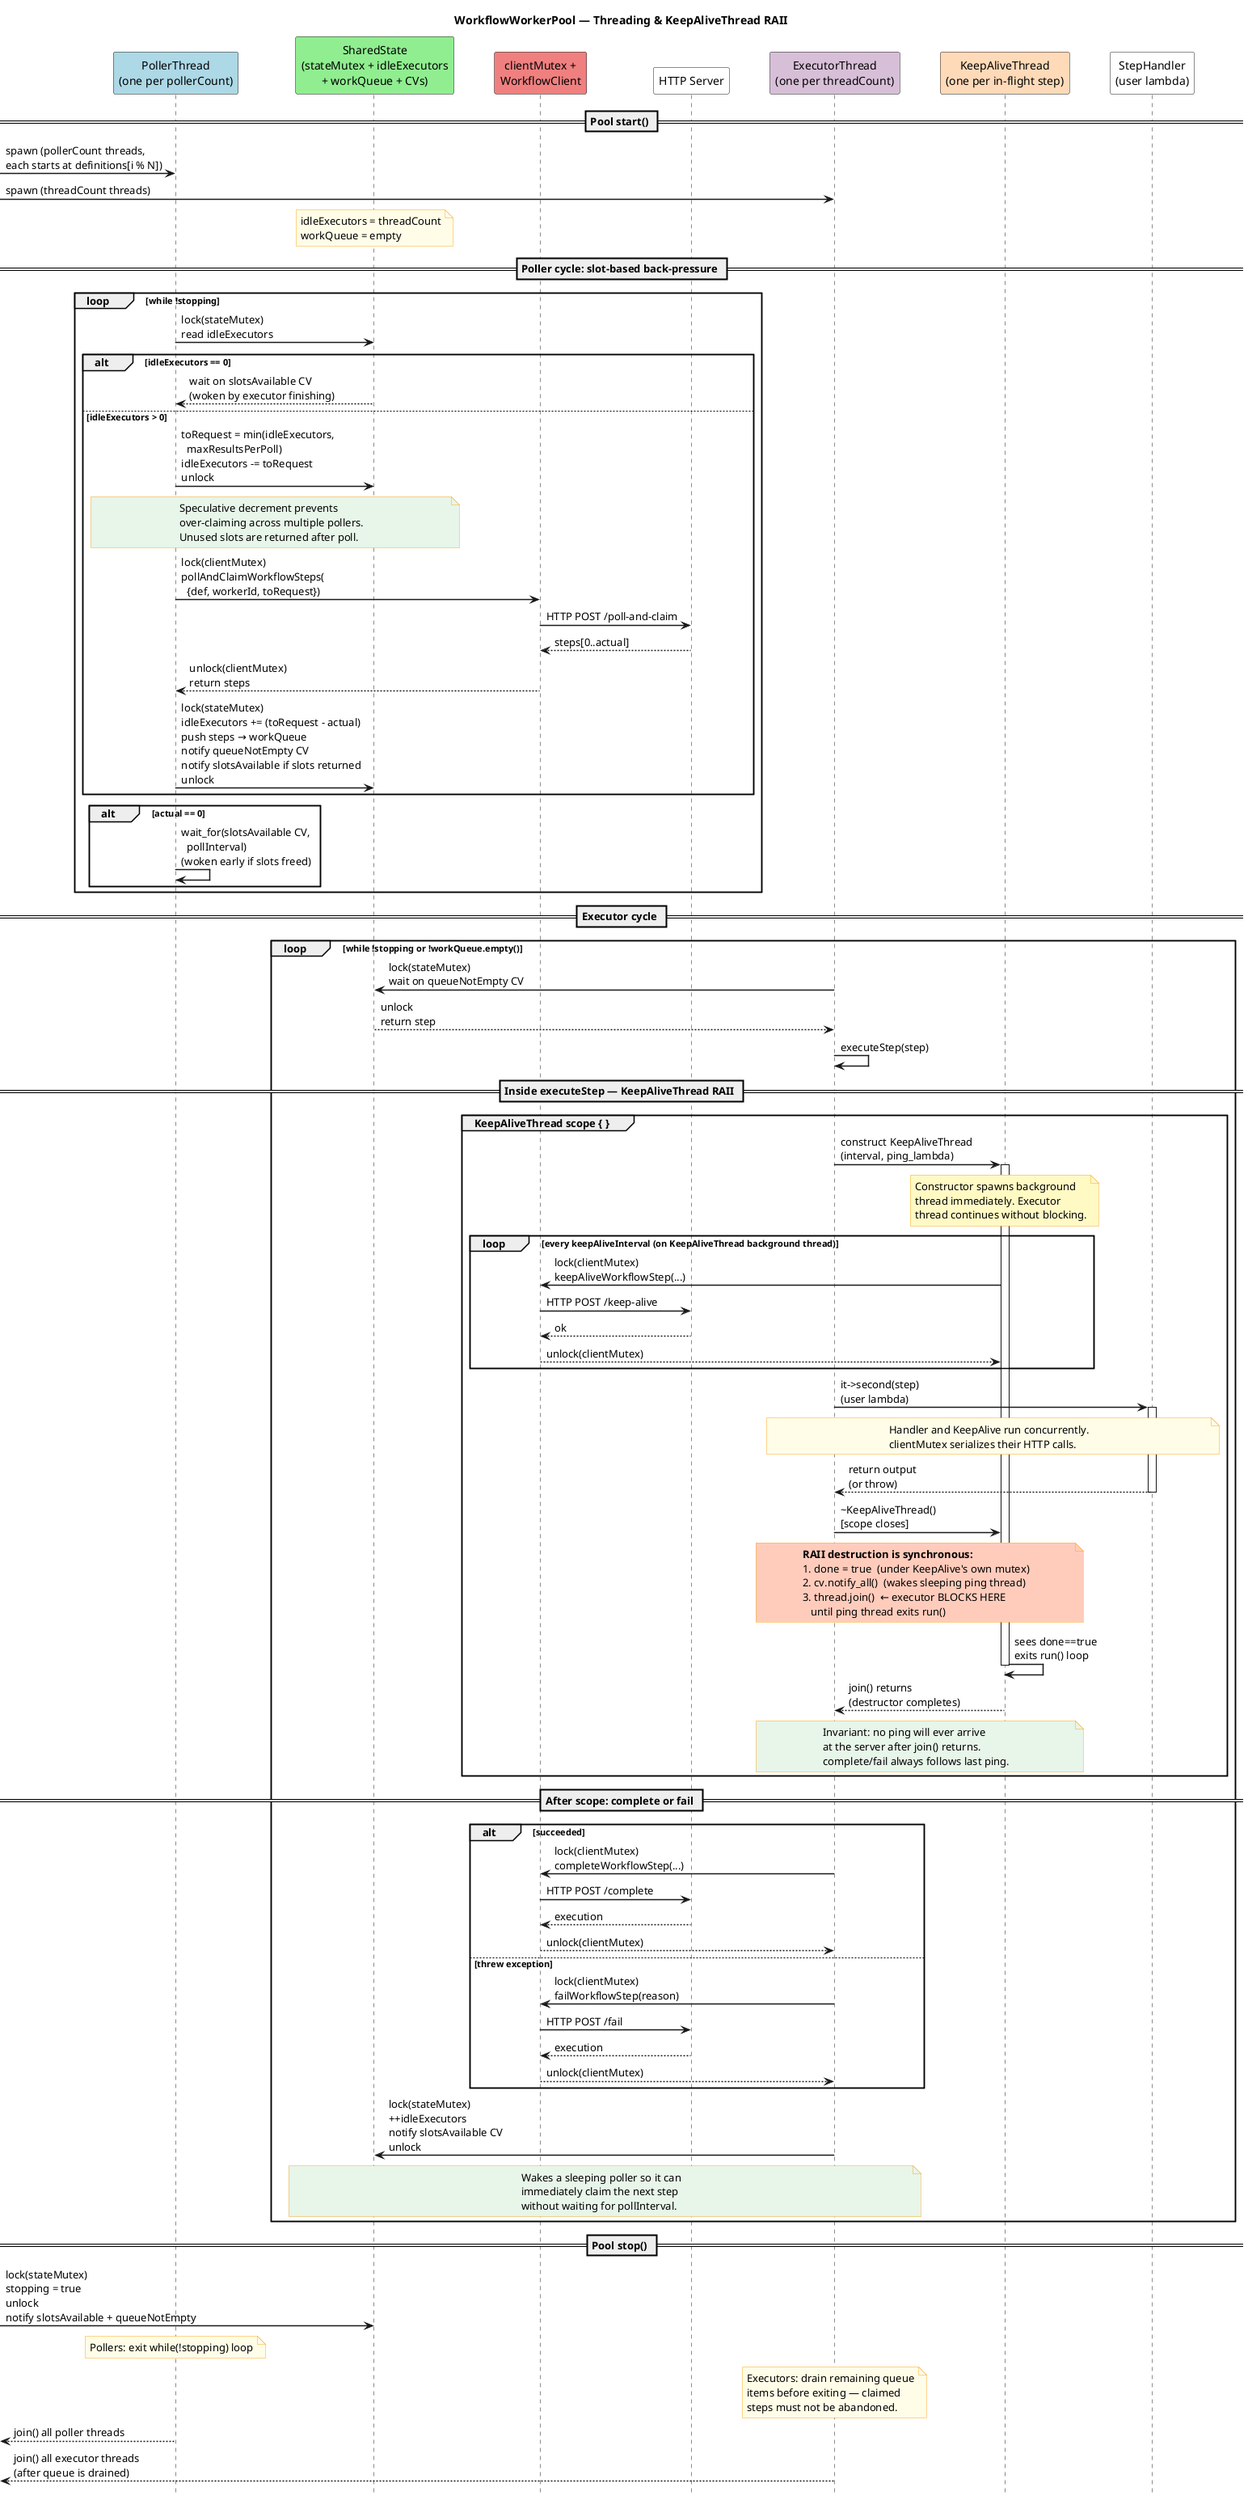
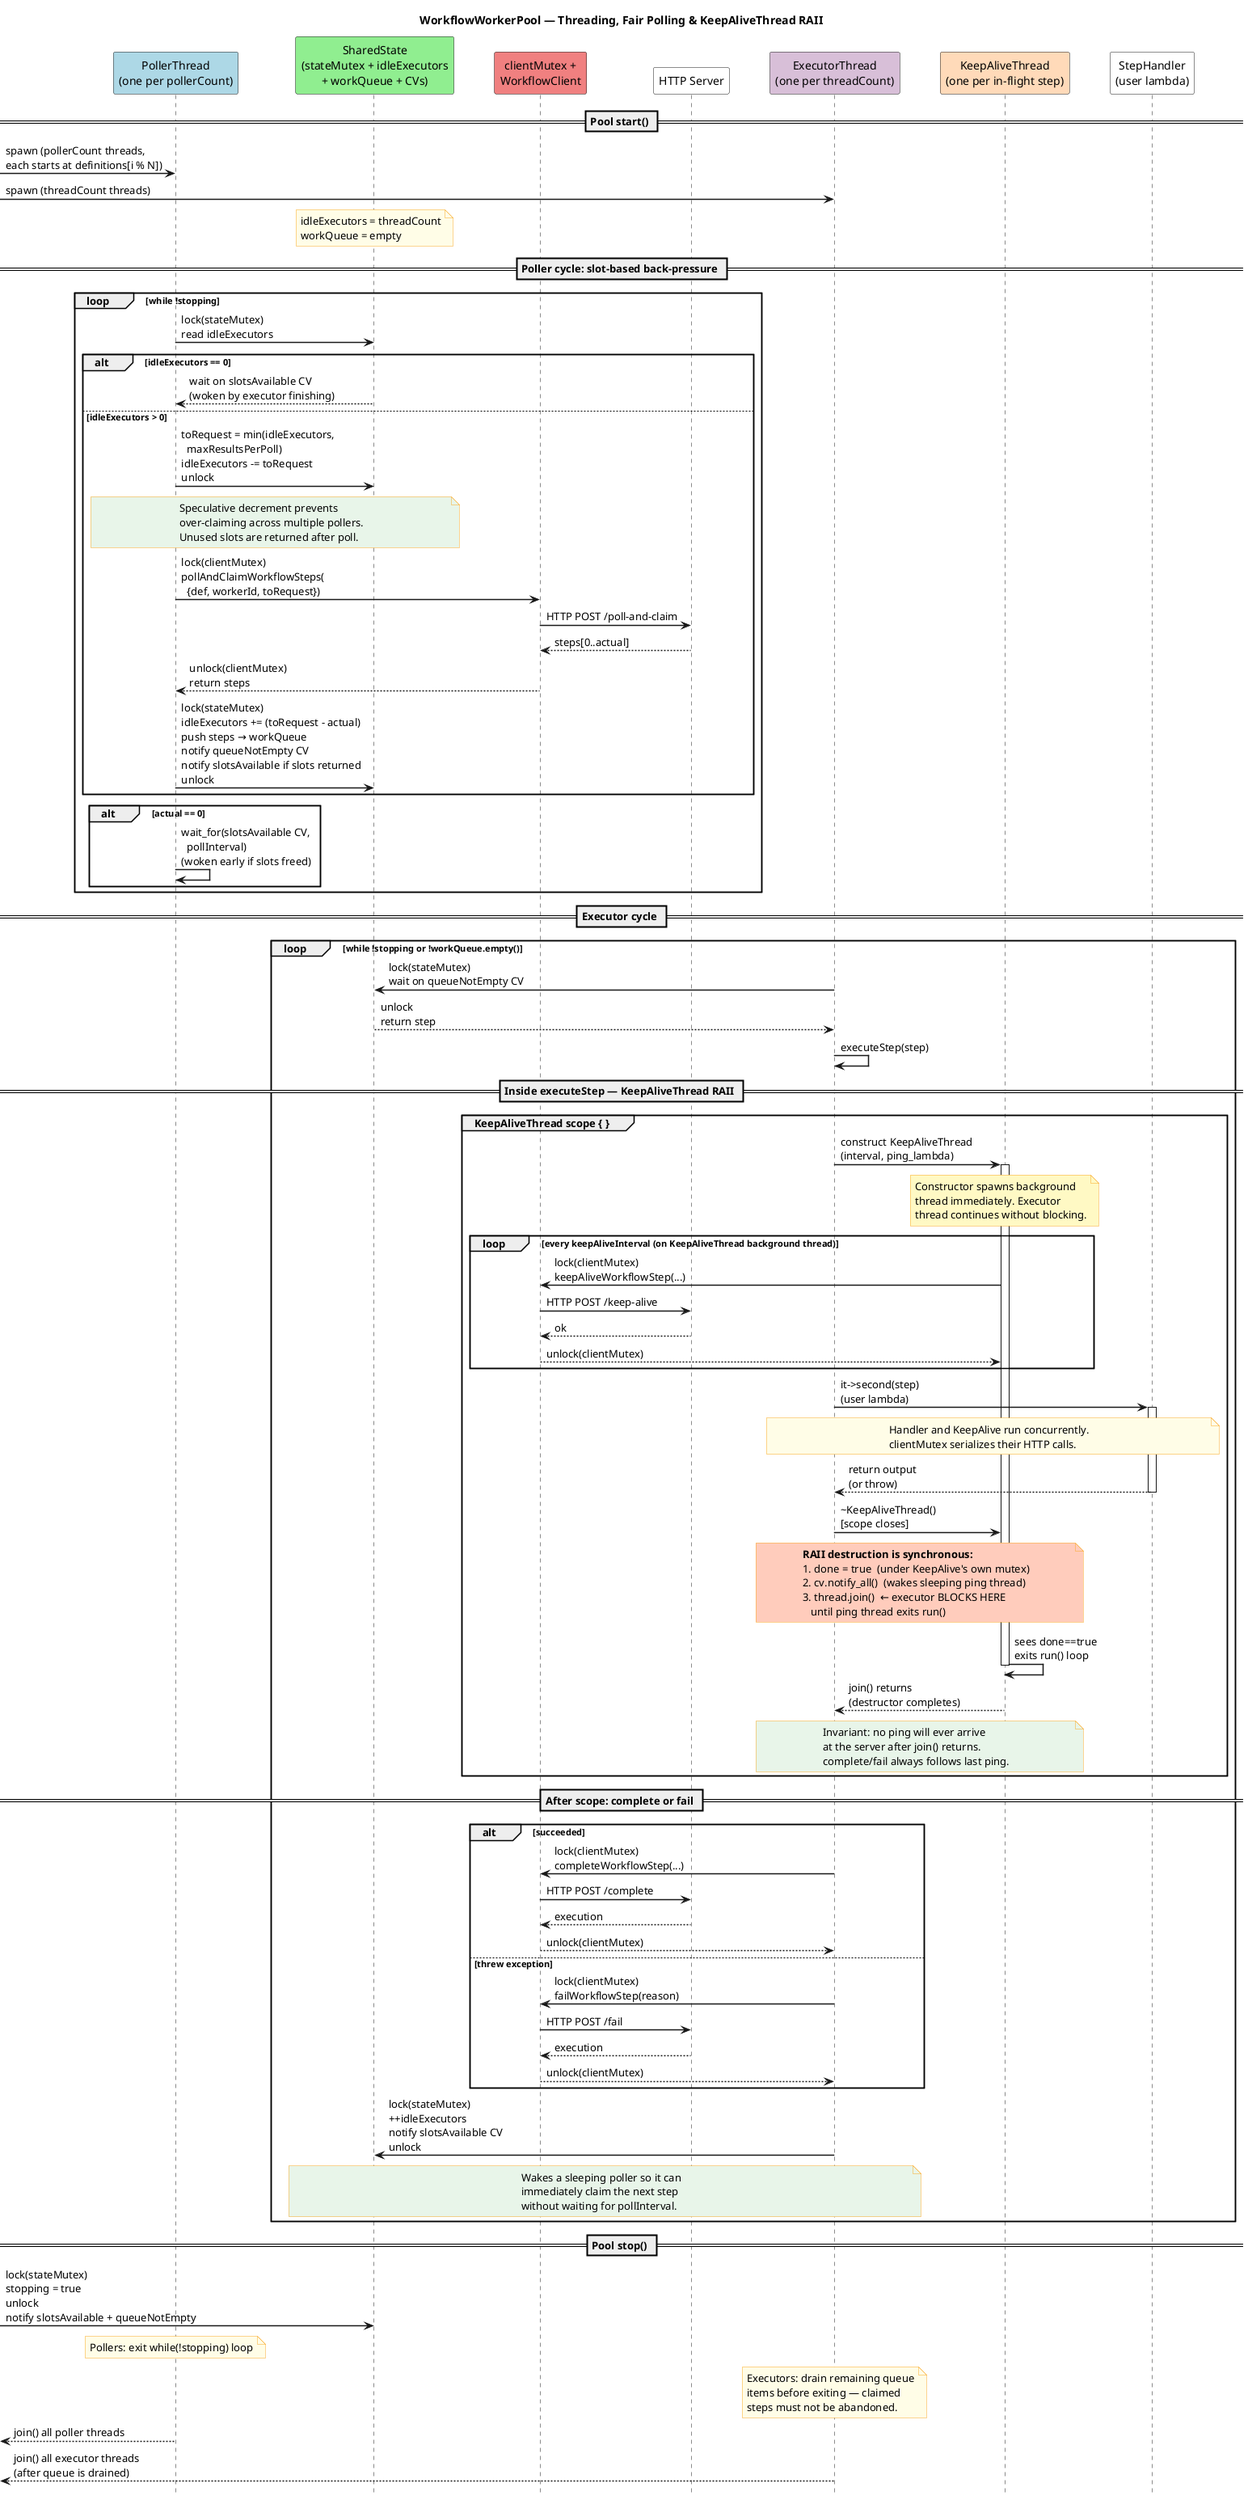
@startuml
hide footbox

- title WorkflowWorkerPool — Threading & KeepAliveThread RAII
+ title WorkflowWorkerPool — Threading, Fair Polling & KeepAliveThread RAII

skinparam ParticipantPadding 20
skinparam BoxPadding 10
skinparam SequenceArrowThickness 1.5
skinparam NoteBackgroundColor #FFFDE7
skinparam NoteBorderColor #F9A825

participant "PollerThread\n(one per pollerCount)" as Poller #LightBlue
participant "SharedState\n(stateMutex + idleExecutors\n+ workQueue + CVs)" as State #LightGreen
participant "clientMutex +\nWorkflowClient" as Client #LightCoral
participant "HTTP Server" as Server #White
participant "ExecutorThread\n(one per threadCount)" as Executor #Thistle
participant "KeepAliveThread\n(one per in-flight step)" as KA #PeachPuff
participant "StepHandler\n(user lambda)" as Handler #White

== Pool start() ==

[-> Poller : spawn (pollerCount threads,\neach starts at definitions[i % N])
[-> Executor : spawn (threadCount threads)
note over State
  idleExecutors = threadCount
  workQueue = empty
end note

== Poller cycle: slot-based back-pressure ==

loop while !stopping
    Poller -> State : lock(stateMutex)\nread idleExecutors
    alt idleExecutors == 0
        State --> Poller : wait on slotsAvailable CV\n(woken by executor finishing)
    else idleExecutors > 0
        Poller -> State : toRequest = min(idleExecutors,\n  maxResultsPerPoll)\nidleExecutors -= toRequest\nunlock
        note over Poller, State #E8F5E9
          Speculative decrement prevents
          over-claiming across multiple pollers.
          Unused slots are returned after poll.
        end note
        Poller -> Client : lock(clientMutex)\npollAndClaimWorkflowSteps(\n  {def, workerId, toRequest})
        Client -> Server : HTTP POST /poll-and-claim
        Server --> Client : steps[0..actual]
        Client --> Poller : unlock(clientMutex)\nreturn steps
        Poller -> State : lock(stateMutex)\nidleExecutors += (toRequest - actual)\npush steps → workQueue\nnotify queueNotEmpty CV\nnotify slotsAvailable if slots returned\nunlock
    end
    alt actual == 0
        Poller -> Poller : wait_for(slotsAvailable CV,\n  pollInterval)\n(woken early if slots freed)
    end
end

== Executor cycle ==

loop while !stopping or !workQueue.empty()
    Executor -> State : lock(stateMutex)\nwait on queueNotEmpty CV
    State --> Executor : unlock\nreturn step
    Executor -> Executor : executeStep(step)

    == Inside executeStep — KeepAliveThread RAII ==

    group KeepAliveThread scope { }
        Executor -> KA : construct KeepAliveThread\n(interval, ping_lambda)
        activate KA
        note over KA #FFF9C4
          Constructor spawns background
          thread immediately. Executor
          thread continues without blocking.
        end note

        loop every keepAliveInterval (on KeepAliveThread background thread)
            KA -> Client : lock(clientMutex)\nkeepAliveWorkflowStep(...)
            Client -> Server : HTTP POST /keep-alive
            Server --> Client : ok
            Client --> KA : unlock(clientMutex)
        end

        Executor -> Handler : it->second(step)\n(user lambda)
        activate Handler
        note over Executor, Handler
          Handler and KeepAlive run concurrently.
          clientMutex serializes their HTTP calls.
        end note
        Handler --> Executor : return output\n(or throw)
        deactivate Handler

        Executor -> KA : ~KeepAliveThread()\n[scope closes]
        note over Executor, KA #FFCCBC
          **RAII destruction is synchronous:**
          1. done = true  (under KeepAlive's own mutex)
          2. cv.notify_all()  (wakes sleeping ping thread)
          3. thread.join()  ← executor BLOCKS HERE
             until ping thread exits run()
        end note
        KA -> KA : sees done==true\nexits run() loop
        deactivate KA
        Executor <-- KA : join() returns\n(destructor completes)
        note over Executor, KA #E8F5E9
          Invariant: no ping will ever arrive
          at the server after join() returns.
          complete/fail always follows last ping.
        end note
    end

    == After scope: complete or fail ==

    alt succeeded
        Executor -> Client : lock(clientMutex)\ncompleteWorkflowStep(...)
        Client -> Server : HTTP POST /complete
        Server --> Client : execution
        Client --> Executor : unlock(clientMutex)
    else threw exception
        Executor -> Client : lock(clientMutex)\nfailWorkflowStep(reason)
        Client -> Server : HTTP POST /fail
        Server --> Client : execution
        Client --> Executor : unlock(clientMutex)
    end

    Executor -> State : lock(stateMutex)\n++idleExecutors\nnotify slotsAvailable CV\nunlock
    note over Executor, State #E8F5E9
      Wakes a sleeping poller so it can
      immediately claim the next step
      without waiting for pollInterval.
    end note
end

== Pool stop() ==

[-> State : lock(stateMutex)\nstopping = true\nunlock\nnotify slotsAvailable + queueNotEmpty
note over Poller
  Pollers: exit while(!stopping) loop
end note
note over Executor
  Executors: drain remaining queue
  items before exiting — claimed
  steps must not be abandoned.
end note
[<-- Poller : join() all poller threads
[<-- Executor : join() all executor threads\n(after queue is drained)

@enduml
